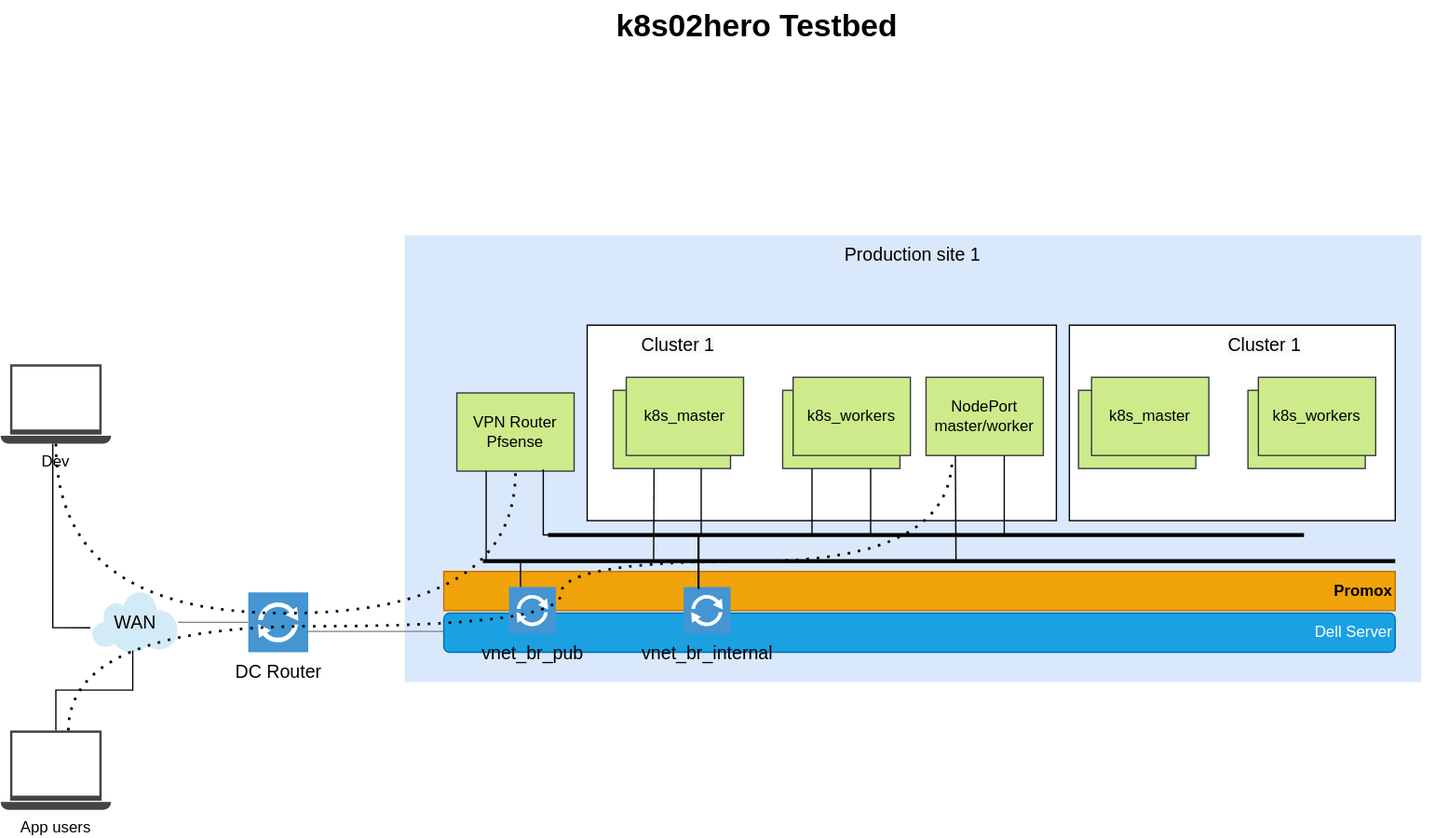
Before: Server Infra Diagram.drawio.svg, a diagram exported from draw.io (k8s02hero/misc). Source tidied: cells renumbered, new cells last; positions are measured from the earlier drawing's top-left corner, leaving out a move shared by most shapes. The source it was exported from:
```xml
<mxGraphModel>
  <root>
    <mxCell id="0" style="html=1;" />
    <mxCell id="1" style="html=1;" parent="0" />
    <mxCell id="2" value="Production site 1" style="whiteSpace=wrap;html=1;fillColor=#dae8fc;fontSize=14;strokeColor=none;verticalAlign=top;" parent="1" vertex="1">
      <mxGeometry x="310" y="180" width="780" height="343" as="geometry" />
    </mxCell>
    <mxCell id="3" style="rounded=0;whiteSpace=wrap;html=1;" parent="1" vertex="1">
      <mxGeometry x="450" y="249" width="360" height="150" as="geometry" />
    </mxCell>
    <mxCell id="4" style="rounded=0;html=1;startSize=10;endSize=10;jettySize=auto;fontSize=14;endArrow=none;endFill=0;strokeColor=#808080;" parent="1" edge="1" source="6" target="7">
      <mxGeometry relative="1" as="geometry" />
    </mxCell>
    <mxCell id="5" style="edgeStyle=elbowEdgeStyle;rounded=0;elbow=vertical;html=1;startSize=10;endArrow=none;endFill=0;endSize=10;jettySize=auto;strokeColor=#808080;fontSize=14;entryX=0;entryY=0.5;entryDx=0;entryDy=0;exitX=0.957;exitY=0.609;exitDx=0;exitDy=0;exitPerimeter=0;" parent="1" edge="1" source="6" target="9">
      <mxGeometry relative="1" as="geometry" />
    </mxCell>
    <mxCell id="6" value="DC Router" style="shadow=0;dashed=0;html=1;strokeColor=none;fillColor=#4495D1;labelPosition=center;verticalLabelPosition=bottom;verticalAlign=top;shape=mxgraph.veeam.2d.proxy;fontSize=14;" parent="1" vertex="1">
      <mxGeometry x="190" y="454" width="46" height="46" as="geometry" />
    </mxCell>
    <mxCell id="7" value="WAN" style="shadow=0;dashed=0;html=1;strokeColor=none;fillColor=#4495D1;labelPosition=center;verticalLabelPosition=middle;verticalAlign=middle;shape=mxgraph.veeam.2d.cloud;fontSize=14;align=center;" parent="1" vertex="1">
      <mxGeometry x="70" y="454" width="66" height="46" as="geometry" />
    </mxCell>
    <mxCell id="8" value="k8s02hero Testbed" style="text;strokeColor=none;fillColor=none;html=1;fontSize=24;fontStyle=1;verticalAlign=middle;align=center;" parent="1" vertex="1">
      <mxGeometry x="60" width="1040" height="40" as="geometry" />
    </mxCell>
    <mxCell id="9" value="&lt;div style=&quot;&quot;&gt;&lt;span style=&quot;background-color: initial;&quot;&gt;Dell Server&lt;/span&gt;&lt;/div&gt;" style="rounded=1;whiteSpace=wrap;html=1;fillColor=#1ba1e2;fontColor=#ffffff;strokeColor=#006EAF;align=right;" parent="1" vertex="1">
      <mxGeometry x="340" y="470" width="730" height="30" as="geometry" />
    </mxCell>
    <mxCell id="10" value="&lt;b&gt;Promox&lt;/b&gt;" style="rounded=0;whiteSpace=wrap;html=1;fillColor=#f0a30a;fontColor=#000000;strokeColor=#BD7000;align=right;" parent="1" vertex="1">
      <mxGeometry x="340" y="438" width="730" height="30" as="geometry" />
    </mxCell>
    <mxCell id="11" value="vnet_br_pub" style="shadow=0;dashed=0;html=1;strokeColor=none;fillColor=#4495D1;labelPosition=center;verticalLabelPosition=bottom;verticalAlign=top;shape=mxgraph.veeam.2d.proxy;fontSize=14;" parent="1" vertex="1">
      <mxGeometry x="390" y="450" width="36" height="36" as="geometry" />
    </mxCell>
    <mxCell id="12" value="vnet_br_internal" style="shadow=0;dashed=0;html=1;strokeColor=none;fillColor=#4495D1;labelPosition=center;verticalLabelPosition=bottom;verticalAlign=top;shape=mxgraph.veeam.2d.proxy;fontSize=14;" parent="1" vertex="1">
      <mxGeometry x="524" y="450" width="36" height="36" as="geometry" />
    </mxCell>
    <mxCell id="13" value="VPN Router&lt;br&gt;Pfsense" style="rounded=0;whiteSpace=wrap;html=1;fillColor=#cdeb8b;strokeColor=#36393d;" parent="1" vertex="1">
      <mxGeometry x="350" y="301" width="90" height="60" as="geometry" />
    </mxCell>
    <mxCell id="14" value="k8s_master" style="rounded=0;whiteSpace=wrap;html=1;fillColor=#cdeb8b;strokeColor=#36393d;" parent="1" vertex="1">
      <mxGeometry x="470" y="299" width="90" height="60" as="geometry" />
    </mxCell>
    <mxCell id="15" value="k8s_workers" style="rounded=0;whiteSpace=wrap;html=1;fillColor=#cdeb8b;strokeColor=#36393d;" parent="1" vertex="1">
      <mxGeometry x="600" y="299" width="90" height="60" as="geometry" />
    </mxCell>
    <mxCell id="16" value="k8s_workers" style="rounded=0;whiteSpace=wrap;html=1;fillColor=#cdeb8b;strokeColor=#36393d;" parent="1" vertex="1">
      <mxGeometry x="608" y="289" width="90" height="60" as="geometry" />
    </mxCell>
    <mxCell id="17" style="endArrow=none;html=1;rounded=0;edgeStyle=elbowEdgeStyle;elbow=vertical;entryX=0.25;entryY=1;entryDx=0;entryDy=0;exitX=0.247;exitY=-0.005;exitDx=0;exitDy=0;exitPerimeter=0;" parent="1" edge="1" source="11" target="13">
      <mxGeometry relative="1" as="geometry">
        <Array as="points">
          <mxPoint x="380" y="430" />
        </Array>
      </mxGeometry>
    </mxCell>
    <mxCell id="18" style="endArrow=none;html=1;rounded=0;edgeStyle=elbowEdgeStyle;elbow=vertical;entryX=0.348;entryY=1.006;entryDx=0;entryDy=0;entryPerimeter=0;" parent="1" edge="1" target="14">
      <mxGeometry relative="1" as="geometry">
        <mxPoint x="501" y="430" as="sourcePoint" />
        <Array as="points">
          <mxPoint x="450" y="430" />
        </Array>
      </mxGeometry>
    </mxCell>
    <mxCell id="19" style="endArrow=none;html=1;rounded=0;edgeStyle=elbowEdgeStyle;elbow=vertical;entryX=0.25;entryY=1;entryDx=0;entryDy=0;exitX=0.312;exitY=-0.013;exitDx=0;exitDy=0;exitPerimeter=0;" parent="1" edge="1" source="12" target="15">
      <mxGeometry relative="1" as="geometry">
        <Array as="points">
          <mxPoint x="580" y="410" />
        </Array>
      </mxGeometry>
    </mxCell>
    <mxCell id="20" style="endArrow=none;html=1;rounded=0;edgeStyle=elbowEdgeStyle;elbow=vertical;entryX=0.75;entryY=1;entryDx=0;entryDy=0;exitX=0.317;exitY=0.013;exitDx=0;exitDy=0;exitPerimeter=0;" parent="1" edge="1" source="12" target="15">
      <mxGeometry relative="1" as="geometry">
        <Array as="points">
          <mxPoint x="600" y="410" />
        </Array>
      </mxGeometry>
    </mxCell>
    <mxCell id="21" value="k8s_master" style="rounded=0;whiteSpace=wrap;html=1;fillColor=#cdeb8b;strokeColor=#36393d;" parent="1" vertex="1">
      <mxGeometry x="480" y="289" width="90" height="60" as="geometry" />
    </mxCell>
    <mxCell id="22" style="endArrow=none;html=1;rounded=0;edgeStyle=elbowEdgeStyle;elbow=vertical;entryX=0.737;entryY=0.976;entryDx=0;entryDy=0;exitX=0.31;exitY=0.034;exitDx=0;exitDy=0;exitPerimeter=0;entryPerimeter=0;" parent="1" edge="1" source="12" target="13">
      <mxGeometry relative="1" as="geometry">
        <Array as="points">
          <mxPoint x="480" y="410" />
        </Array>
      </mxGeometry>
    </mxCell>
    <mxCell id="23" style="endArrow=none;html=1;rounded=0;edgeStyle=elbowEdgeStyle;elbow=vertical;entryX=0.75;entryY=1;entryDx=0;entryDy=0;exitX=0.325;exitY=0.04;exitDx=0;exitDy=0;exitPerimeter=0;" parent="1" edge="1" source="12" target="14">
      <mxGeometry relative="1" as="geometry">
        <Array as="points">
          <mxPoint x="538" y="410" />
        </Array>
      </mxGeometry>
    </mxCell>
    <mxCell id="24" value="&lt;span style=&quot;color: rgb(0, 0, 0); font-family: Helvetica; font-size: 14px; font-style: normal; font-variant-ligatures: normal; font-variant-caps: normal; font-weight: 400; letter-spacing: normal; orphans: 2; text-indent: 0px; text-transform: none; widows: 2; word-spacing: 0px; -webkit-text-stroke-width: 0px; background-color: rgb(248, 249, 250); text-decoration-thickness: initial; text-decoration-style: initial; text-decoration-color: initial; float: none; display: inline !important;&quot;&gt;Cluster 1&lt;/span&gt;" style="text;whiteSpace=wrap;html=1;align=center;" parent="1" vertex="1">
      <mxGeometry x="480" y="249" width="80" height="30" as="geometry" />
    </mxCell>
    <mxCell id="25" style="endArrow=none;html=1;rounded=0;elbow=vertical;strokeWidth=3;" parent="1" edge="1">
      <mxGeometry relative="1" as="geometry">
        <mxPoint x="370" y="430" as="sourcePoint" />
        <mxPoint x="1070" y="430" as="targetPoint" />
      </mxGeometry>
    </mxCell>
    <mxCell id="26" style="endArrow=none;html=1;rounded=0;elbow=vertical;strokeWidth=3;" parent="1" edge="1">
      <mxGeometry relative="1" as="geometry">
        <mxPoint x="420" y="410" as="sourcePoint" />
        <mxPoint x="1000" y="410" as="targetPoint" />
      </mxGeometry>
    </mxCell>
    <mxCell id="27" style="rounded=0;whiteSpace=wrap;html=1;" parent="1" vertex="1">
      <mxGeometry x="820" y="249" width="250" height="150" as="geometry" />
    </mxCell>
    <mxCell id="28" value="k8s_master" style="rounded=0;whiteSpace=wrap;html=1;fillColor=#cdeb8b;strokeColor=#36393d;" parent="1" vertex="1">
      <mxGeometry x="827" y="299" width="90" height="60" as="geometry" />
    </mxCell>
    <mxCell id="29" value="k8s_workers" style="rounded=0;whiteSpace=wrap;html=1;fillColor=#cdeb8b;strokeColor=#36393d;" parent="1" vertex="1">
      <mxGeometry x="957" y="299" width="90" height="60" as="geometry" />
    </mxCell>
    <mxCell id="30" value="k8s_workers" style="rounded=0;whiteSpace=wrap;html=1;fillColor=#cdeb8b;strokeColor=#36393d;" parent="1" vertex="1">
      <mxGeometry x="965" y="289" width="90" height="60" as="geometry" />
    </mxCell>
    <mxCell id="31" value="k8s_master" style="rounded=0;whiteSpace=wrap;html=1;fillColor=#cdeb8b;strokeColor=#36393d;" parent="1" vertex="1">
      <mxGeometry x="837" y="289" width="90" height="60" as="geometry" />
    </mxCell>
    <mxCell id="32" value="&lt;span style=&quot;color: rgb(0, 0, 0); font-family: Helvetica; font-size: 14px; font-style: normal; font-variant-ligatures: normal; font-variant-caps: normal; font-weight: 400; letter-spacing: normal; orphans: 2; text-indent: 0px; text-transform: none; widows: 2; word-spacing: 0px; -webkit-text-stroke-width: 0px; background-color: rgb(248, 249, 250); text-decoration-thickness: initial; text-decoration-style: initial; text-decoration-color: initial; float: none; display: inline !important;&quot;&gt;Cluster 1&lt;/span&gt;" style="text;whiteSpace=wrap;html=1;align=center;" parent="1" vertex="1">
      <mxGeometry x="930" y="249" width="80" height="30" as="geometry" />
    </mxCell>
    <mxCell id="33" value="Dev" style="sketch=0;shadow=0;dashed=0;html=1;strokeColor=none;fillColor=#434445;labelPosition=center;verticalLabelPosition=bottom;verticalAlign=top;align=center;outlineConnect=0;shape=mxgraph.vvd.laptop;" parent="1" vertex="1">
      <mxGeometry y="279" width="84.7" height="61" as="geometry" />
    </mxCell>
    <mxCell id="34" style="endArrow=none;html=1;rounded=0;elbow=vertical;exitX=-0.018;exitY=0.591;exitDx=0;exitDy=0;exitPerimeter=0;edgeStyle=elbowEdgeStyle;" parent="1" edge="1" source="7" target="33">
      <mxGeometry relative="1" as="geometry">
        <Array as="points">
          <mxPoint x="40" y="481" />
        </Array>
      </mxGeometry>
    </mxCell>
    <mxCell id="35" style="endArrow=none;dashed=1;html=1;dashPattern=1 3;strokeWidth=2;rounded=0;elbow=vertical;edgeStyle=orthogonalEdgeStyle;curved=1;entryX=0.5;entryY=1;entryDx=0;entryDy=0;" parent="1" edge="1" source="33" target="13">
      <mxGeometry relative="1" as="geometry">
        <Array as="points">
          <mxPoint x="42" y="470" />
          <mxPoint x="395" y="470" />
        </Array>
      </mxGeometry>
    </mxCell>
    <mxCell id="36" value="App users" style="sketch=0;shadow=0;dashed=0;html=1;strokeColor=none;fillColor=#434445;labelPosition=center;verticalLabelPosition=bottom;verticalAlign=top;align=center;outlineConnect=0;shape=mxgraph.vvd.laptop;" parent="1" vertex="1">
      <mxGeometry y="560" width="84.7" height="61" as="geometry" />
    </mxCell>
    <mxCell id="37" style="endArrow=none;html=1;rounded=0;elbow=vertical;exitX=0.475;exitY=0.971;exitDx=0;exitDy=0;exitPerimeter=0;edgeStyle=elbowEdgeStyle;" parent="1" edge="1" source="7" target="36">
      <mxGeometry relative="1" as="geometry" />
    </mxCell>
    <mxCell id="38" style="endArrow=none;dashed=1;html=1;dashPattern=1 3;strokeWidth=2;rounded=0;elbow=vertical;edgeStyle=orthogonalEdgeStyle;curved=1;" parent="1" edge="1" source="36">
      <mxGeometry relative="1" as="geometry">
        <mxPoint x="730" y="350" as="targetPoint" />
        <Array as="points">
          <mxPoint x="52" y="480" />
          <mxPoint x="430" y="480" />
          <mxPoint x="430" y="430" />
          <mxPoint x="730" y="430" />
        </Array>
      </mxGeometry>
    </mxCell>
    <mxCell id="39" value="NodePort&lt;br&gt;master/worker" style="rounded=0;whiteSpace=wrap;html=1;fillColor=#cdeb8b;strokeColor=#36393d;" parent="1" vertex="1">
      <mxGeometry x="710" y="289" width="90" height="60" as="geometry" />
    </mxCell>
    <mxCell id="40" style="endArrow=none;html=1;rounded=0;curved=1;elbow=vertical;entryX=0.25;entryY=1;entryDx=0;entryDy=0;" parent="1" edge="1" target="39">
      <mxGeometry relative="1" as="geometry">
        <mxPoint x="733" y="430" as="sourcePoint" />
      </mxGeometry>
    </mxCell>
    <mxCell id="41" style="endArrow=none;html=1;rounded=0;curved=1;elbow=vertical;entryX=0.667;entryY=1;entryDx=0;entryDy=0;entryPerimeter=0;" parent="1" edge="1" target="39">
      <mxGeometry relative="1" as="geometry">
        <mxPoint x="770" y="410" as="sourcePoint" />
      </mxGeometry>
    </mxCell>
  </root>
</mxGraphModel>
```
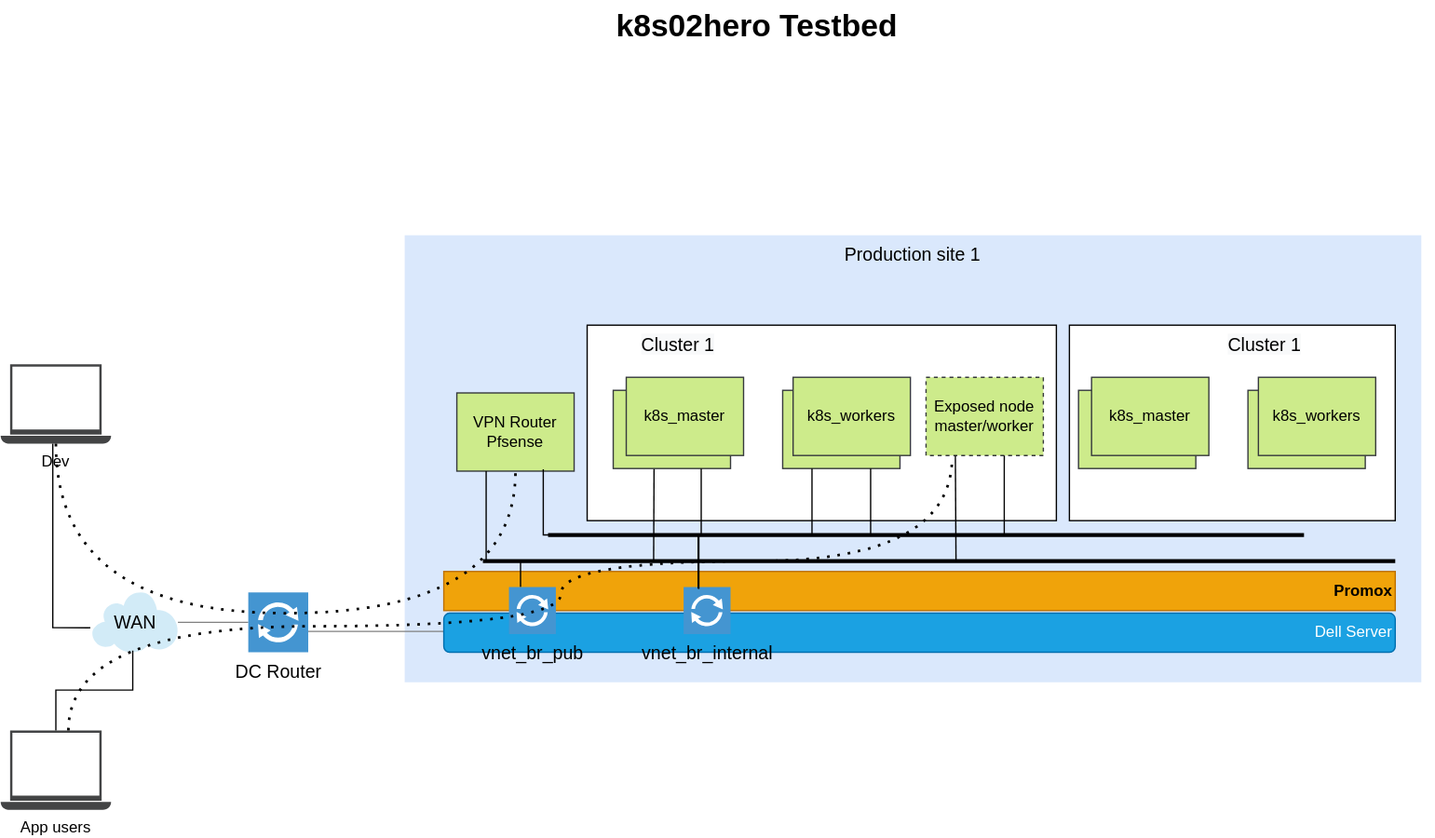
The same diagram one commit later.

The edit, as a diff of the source:
```diff
@@ -161,7 +161,7 @@
         </Array>
       </mxGeometry>
     </mxCell>
-    <mxCell id="39" value="NodePort&lt;br&gt;master/worker" style="rounded=0;whiteSpace=wrap;html=1;fillColor=#cdeb8b;strokeColor=#36393d;" parent="1" vertex="1">
+    <mxCell id="39" value="Exposed node&lt;br&gt;master/worker" style="rounded=0;whiteSpace=wrap;html=1;fillColor=#cdeb8b;strokeColor=#36393d;dashed=1;" parent="1" vertex="1">
       <mxGeometry x="710" y="289" width="90" height="60" as="geometry" />
     </mxCell>
     <mxCell id="40" style="endArrow=none;html=1;rounded=0;curved=1;elbow=vertical;entryX=0.25;entryY=1;entryDx=0;entryDy=0;" parent="1" edge="1" target="39">
```
